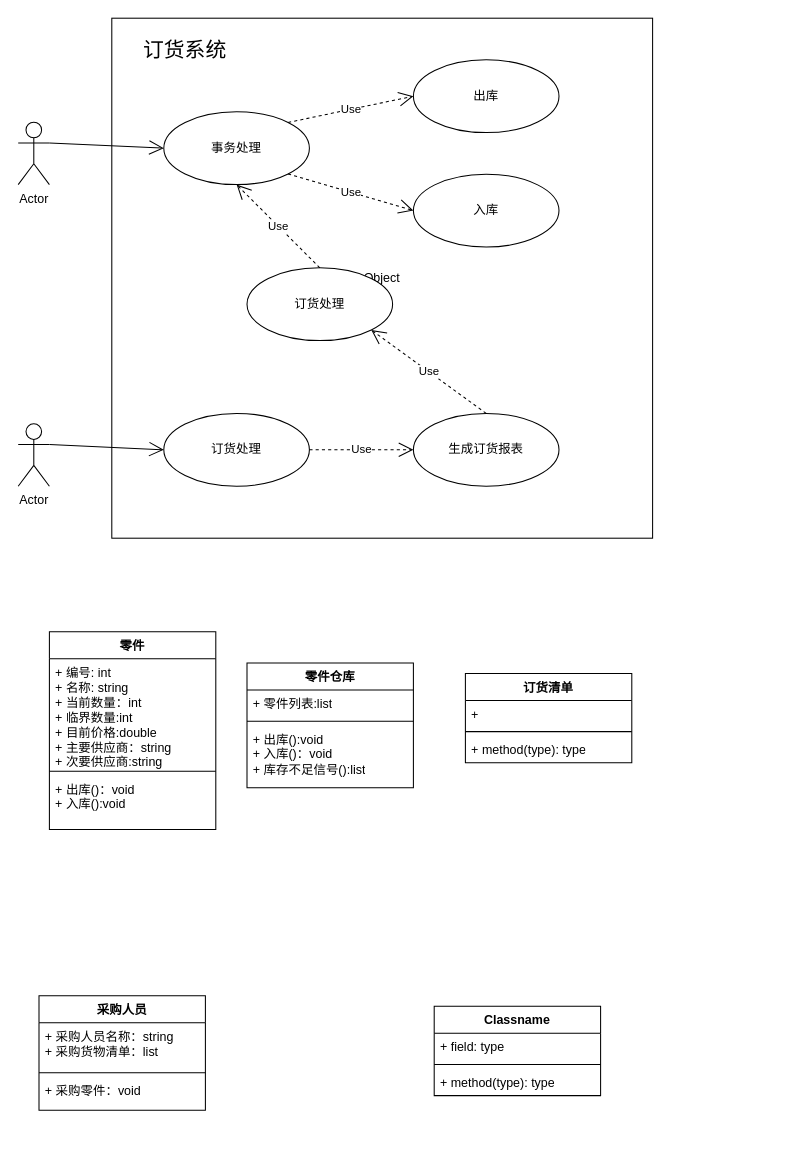
This is page "第 2 页" (2 of 3) of 未命名绘图.drawio from Iaiolk/VerilogCDE, a draw.io file, before an edit. Source tidied: cells renumbered, new cells numbered last; positions are measured from the earlier drawing's top-left corner, leaving out a move shared by most shapes. Both pictures are drawn from the tidied source at 104%, with x=0, y=0 at pixel (18, 18).
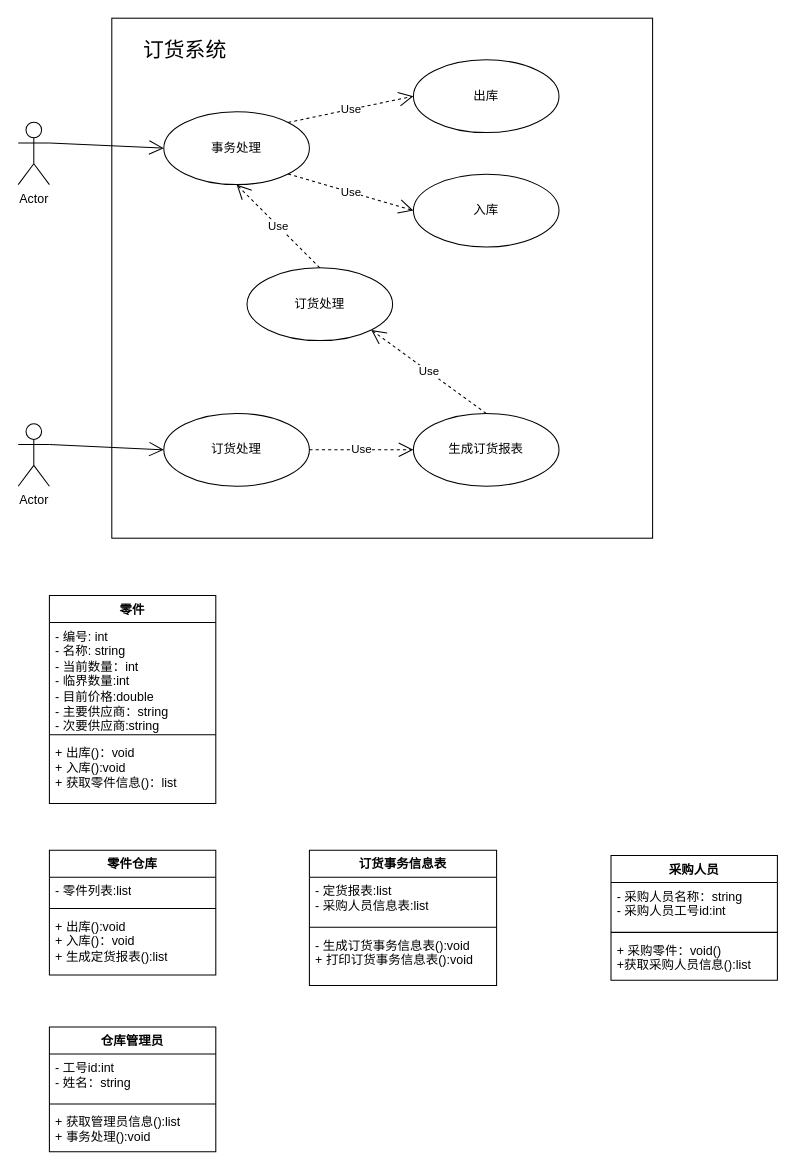
After the change.

Commit message:
更新未命名绘图.drawio

The edit, as a diff of the source:
```diff
@@
-    <mxCell id="2" value="Object" style="html=1;whiteSpace=wrap;" parent="1" vertex="1">
+    <mxCell id="2" style="html=1;whiteSpace=wrap;" parent="1" vertex="1">
       <mxGeometry x="90" width="520" height="500" as="geometry" />
     </mxCell>
@@
     <mxCell id="19" value="零件" style="swimlane;fontStyle=1;align=center;verticalAlign=top;horizontal=1;startSize=26;whiteSpace=wrap;html=1;" parent="1" vertex="1">
-      <mxGeometry x="30" y="590" width="160" height="190" as="geometry" />
+      <mxGeometry x="30" y="555" width="160" height="200" as="geometry" />
     </mxCell>
-    <mxCell id="20" value="+ 编号: int&lt;br&gt;+ 名称: string&lt;br&gt;+ 当前数量：int&lt;br&gt;+ 临界数量:int&lt;br&gt;+ 目前价格:double&lt;br&gt;+ 主要供应商：string&lt;br&gt;+ 次要供应商:string" style="text;strokeColor=none;fillColor=none;align=left;verticalAlign=top;spacingLeft=4;spacingRight=4;overflow=hidden;whiteSpace=wrap;html=1;" parent="19" vertex="1">
+    <mxCell id="20" value="- 编号: int&lt;br&gt;- 名称: string&lt;br&gt;- 当前数量：int&lt;br&gt;- 临界数量:int&lt;br&gt;- 目前价格:double&lt;br&gt;- 主要供应商：string&lt;br&gt;- 次要供应商:string" style="text;strokeColor=none;fillColor=none;align=left;verticalAlign=top;spacingLeft=4;spacingRight=4;overflow=hidden;whiteSpace=wrap;html=1;" parent="19" vertex="1">
       <mxGeometry y="26" width="160" height="104" as="geometry" />
     </mxCell>
@@
-    <mxCell id="22" value="+ 出库()：void&lt;br&gt;+ 入库():void" style="text;strokeColor=none;fillColor=none;align=left;verticalAlign=top;spacingLeft=4;spacingRight=4;overflow=hidden;whiteSpace=wrap;html=1;" parent="19" vertex="1">
-      <mxGeometry y="138" width="160" height="52" as="geometry" />
+    <mxCell id="22" value="+ 出库()：void&lt;br&gt;+ 入库():void&lt;br&gt;+ 获取零件信息()：list" style="text;strokeColor=none;fillColor=none;align=left;verticalAlign=top;spacingLeft=4;spacingRight=4;overflow=hidden;whiteSpace=wrap;html=1;" parent="19" vertex="1">
+      <mxGeometry y="138" width="160" height="62" as="geometry" />
     </mxCell>
     <mxCell id="23" value="零件仓库" style="swimlane;fontStyle=1;align=center;verticalAlign=top;horizontal=1;startSize=26;whiteSpace=wrap;html=1;" parent="1" vertex="1">
-      <mxGeometry x="220" y="620" width="160" height="120" as="geometry" />
+      <mxGeometry x="30" y="800" width="160" height="120" as="geometry" />
     </mxCell>
-    <mxCell id="24" value="+ 零件列表:list" style="text;strokeColor=none;fillColor=none;align=left;verticalAlign=top;spacingLeft=4;spacingRight=4;overflow=hidden;whiteSpace=wrap;html=1;" parent="23" vertex="1">
+    <mxCell id="24" value="- 零件列表:list" style="text;strokeColor=none;fillColor=none;align=left;verticalAlign=top;spacingLeft=4;spacingRight=4;overflow=hidden;whiteSpace=wrap;html=1;" parent="23" vertex="1">
       <mxGeometry y="26" width="160" height="26" as="geometry" />
     </mxCell>
@@
-    <mxCell id="26" value="+ 出库():void&lt;br&gt;+ 入库()：void&lt;br&gt;+ 库存不足信号():list" style="text;strokeColor=none;fillColor=none;align=left;verticalAlign=top;spacingLeft=4;spacingRight=4;overflow=hidden;whiteSpace=wrap;html=1;" parent="23" vertex="1">
+    <mxCell id="26" value="+ 出库():void&lt;br&gt;+ 入库()：void&lt;br&gt;+ 生成定货报表():list" style="text;strokeColor=none;fillColor=none;align=left;verticalAlign=top;spacingLeft=4;spacingRight=4;overflow=hidden;whiteSpace=wrap;html=1;" parent="23" vertex="1">
       <mxGeometry y="60" width="160" height="60" as="geometry" />
     </mxCell>
     <mxCell id="27" value="采购人员" style="swimlane;fontStyle=1;align=center;verticalAlign=top;horizontal=1;startSize=26;whiteSpace=wrap;html=1;" parent="1" vertex="1">
-      <mxGeometry x="20" y="940" width="160" height="110" as="geometry" />
+      <mxGeometry x="570" y="805" width="160" height="120" as="geometry" />
     </mxCell>
-    <mxCell id="28" value="+ 采购人员名称：string&lt;br&gt;+ 采购货物清单：list" style="text;strokeColor=none;fillColor=none;align=left;verticalAlign=top;spacingLeft=4;spacingRight=4;overflow=hidden;whiteSpace=wrap;html=1;" parent="27" vertex="1">
+    <mxCell id="28" value="- 采购人员名称：string&lt;br&gt;- 采购人员工号id:int" style="text;strokeColor=none;fillColor=none;align=left;verticalAlign=top;spacingLeft=4;spacingRight=4;overflow=hidden;whiteSpace=wrap;html=1;" parent="27" vertex="1">
       <mxGeometry y="26" width="160" height="44" as="geometry" />
     </mxCell>
@@
-    <mxCell id="30" value="+ 采购零件：void" style="text;strokeColor=none;fillColor=none;align=left;verticalAlign=top;spacingLeft=4;spacingRight=4;overflow=hidden;whiteSpace=wrap;html=1;" parent="27" vertex="1">
-      <mxGeometry y="78" width="160" height="32" as="geometry" />
+    <mxCell id="30" value="+ 采购零件：void()&lt;br&gt;+获取采购人员信息():list" style="text;strokeColor=none;fillColor=none;align=left;verticalAlign=top;spacingLeft=4;spacingRight=4;overflow=hidden;whiteSpace=wrap;html=1;" parent="27" vertex="1">
+      <mxGeometry y="78" width="160" height="42" as="geometry" />
     </mxCell>
-    <mxCell id="31" value="Classname" style="swimlane;fontStyle=1;align=center;verticalAlign=top;horizontal=1;startSize=26;whiteSpace=wrap;html=1;" parent="1" vertex="1">
-      <mxGeometry x="400" y="950" width="160" height="86" as="geometry" />
-    </mxCell>
-    <mxCell id="32" value="+ field: type" style="text;strokeColor=none;fillColor=none;align=left;verticalAlign=top;spacingLeft=4;spacingRight=4;overflow=hidden;whiteSpace=wrap;html=1;" parent="31" vertex="1">
-      <mxGeometry y="26" width="160" height="26" as="geometry" />
-    </mxCell>
-    <mxCell id="33" style="line;strokeWidth=1;fillColor=none;align=left;verticalAlign=middle;spacingTop=-1;spacingLeft=3;spacingRight=3;labelPosition=right;strokeColor=inherit;" parent="31" vertex="1">
-      <mxGeometry y="52" width="160" height="8" as="geometry" />
-    </mxCell>
-    <mxCell id="34" value="+ method(type): type" style="text;strokeColor=none;fillColor=none;align=left;verticalAlign=top;spacingLeft=4;spacingRight=4;overflow=hidden;whiteSpace=wrap;html=1;" parent="31" vertex="1">
-      <mxGeometry y="60" width="160" height="26" as="geometry" />
-    </mxCell>
-    <mxCell id="35" value="订货清单" style="swimlane;fontStyle=1;align=center;verticalAlign=top;horizontal=1;startSize=26;whiteSpace=wrap;html=1;" parent="1" vertex="1">
-      <mxGeometry x="430" y="630" width="160" height="86" as="geometry" />
+    <mxCell id="35" value="订货事务信息表" style="swimlane;fontStyle=1;align=center;verticalAlign=top;horizontal=1;startSize=26;whiteSpace=wrap;html=1;" parent="1" vertex="1">
+      <mxGeometry x="280" y="800" width="180" height="130" as="geometry" />
     </mxCell>
-    <mxCell id="36" value="+&amp;nbsp;" style="text;strokeColor=none;fillColor=none;align=left;verticalAlign=top;spacingLeft=4;spacingRight=4;overflow=hidden;whiteSpace=wrap;html=1;" parent="35" vertex="1">
-      <mxGeometry y="26" width="160" height="26" as="geometry" />
+    <mxCell id="36" value="- 定货报表:list&lt;br&gt;- 采购人员信息表:list" style="text;strokeColor=none;fillColor=none;align=left;verticalAlign=top;spacingLeft=4;spacingRight=4;overflow=hidden;whiteSpace=wrap;html=1;" parent="35" vertex="1">
+      <mxGeometry y="26" width="180" height="44" as="geometry" />
     </mxCell>
     <mxCell id="37" style="line;strokeWidth=1;fillColor=none;align=left;verticalAlign=middle;spacingTop=-1;spacingLeft=3;spacingRight=3;labelPosition=right;strokeColor=inherit;" parent="35" vertex="1">
-      <mxGeometry y="52" width="160" height="8" as="geometry" />
+      <mxGeometry y="70" width="180" height="8" as="geometry" />
     </mxCell>
-    <mxCell id="38" value="+ method(type): type" style="text;strokeColor=none;fillColor=none;align=left;verticalAlign=top;spacingLeft=4;spacingRight=4;overflow=hidden;whiteSpace=wrap;html=1;" parent="35" vertex="1">
-      <mxGeometry y="60" width="160" height="26" as="geometry" />
+    <mxCell id="38" value="- 生成订货事务信息表():void&lt;br&gt;+ 打印订货事务信息表():void" style="text;strokeColor=none;fillColor=none;align=left;verticalAlign=top;spacingLeft=4;spacingRight=4;overflow=hidden;whiteSpace=wrap;html=1;" parent="35" vertex="1">
+      <mxGeometry y="78" width="180" height="52" as="geometry" />
     </mxCell>
+    <mxCell id="39" value="仓库管理员" style="swimlane;fontStyle=1;align=center;verticalAlign=top;horizontal=1;startSize=26;whiteSpace=wrap;html=1;" parent="1" vertex="1">
+      <mxGeometry x="30" y="970" width="160" height="120" as="geometry" />
+    </mxCell>
+    <mxCell id="40" value="- 工号id:int&lt;br&gt;- 姓名：string" style="text;strokeColor=none;fillColor=none;align=left;verticalAlign=top;spacingLeft=4;spacingRight=4;overflow=hidden;whiteSpace=wrap;html=1;" parent="39" vertex="1">
+      <mxGeometry y="26" width="160" height="44" as="geometry" />
+    </mxCell>
+    <mxCell id="41" style="line;strokeWidth=1;fillColor=none;align=left;verticalAlign=middle;spacingTop=-1;spacingLeft=3;spacingRight=3;labelPosition=right;strokeColor=inherit;" parent="39" vertex="1">
+      <mxGeometry y="70" width="160" height="8" as="geometry" />
+    </mxCell>
+    <mxCell id="42" value="+ 获取管理员信息():list&lt;br&gt;+ 事务处理():void" style="text;strokeColor=none;fillColor=none;align=left;verticalAlign=top;spacingLeft=4;spacingRight=4;overflow=hidden;whiteSpace=wrap;html=1;" parent="39" vertex="1">
+      <mxGeometry y="78" width="160" height="42" as="geometry" />
+    </mxCell>
```
